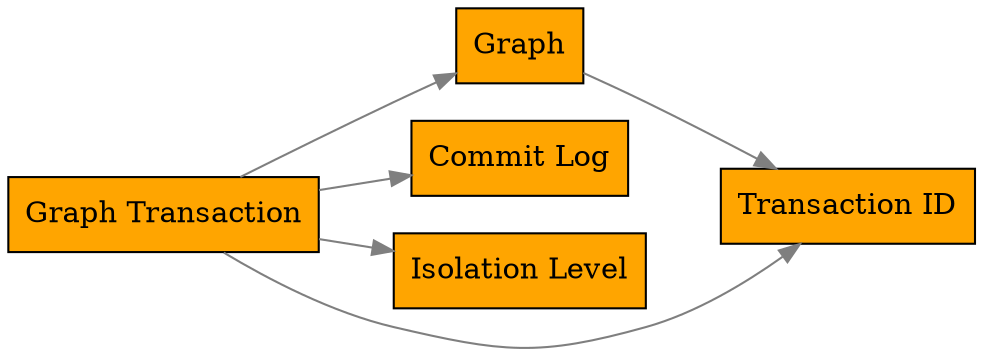
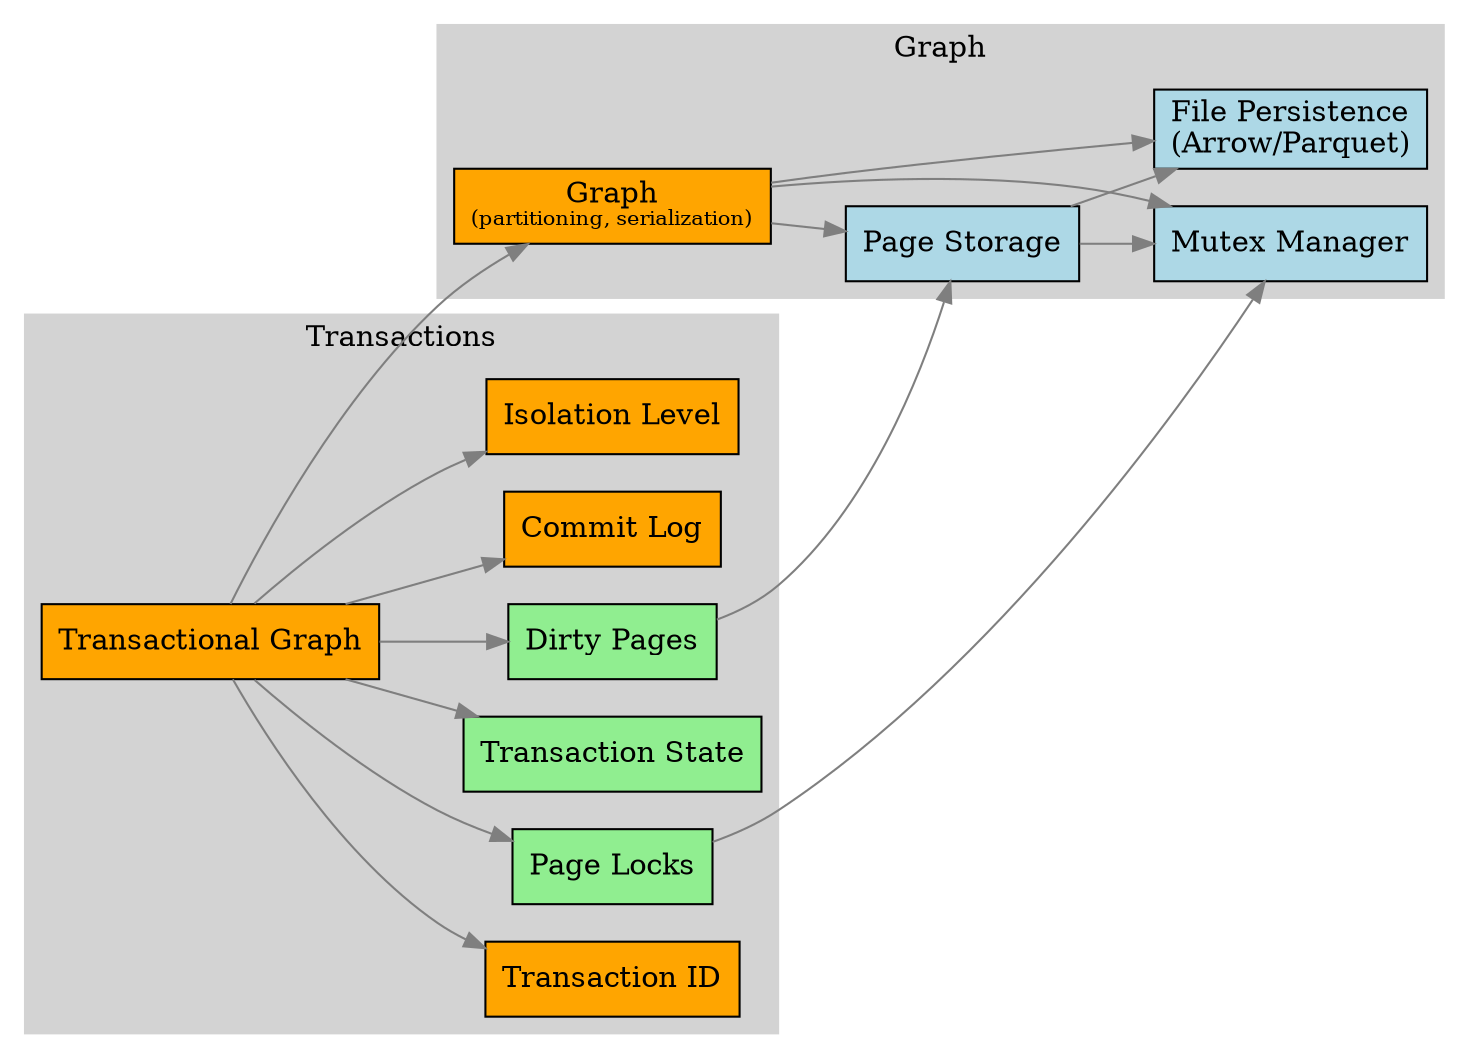
digraph G {
    rankdir=LR;
    node [shape=box, style=filled, fillcolor=orange];
    edge [color=gray50];

-     transaction [label="Graph Transaction"];
-     storage [label="Graph"];
-     commit_log [label="Commit Log"];
-     isolation [label="Isolation Level"];
-     tx_id [label="Transaction ID"];
+     subgraph cluster_graph {
+         label="Graph";
+         style=filled;
+         color=lightgrey;

-     transaction -> storage;
-     transaction -> tx_id;
-     storage -> tx_id;
-     transaction -> commit_log;
-     transaction -> isolation;
+         graph_storage [label=<Graph<br/><font point-size="10">(partitioning, serialization)</font>>];
+         page_storage [label="Page Storage", fillcolor=lightblue];
+         mutex_manager [label="Mutex Manager", fillcolor=lightblue];
+         file_persistence [label="File Persistence\n(Arrow/Parquet)", fillcolor=lightblue];
+ 
+         graph_storage -> page_storage;
+         graph_storage -> mutex_manager;
+         graph_storage -> file_persistence;
+         page_storage -> mutex_manager;
+         page_storage -> file_persistence;
+     }
+ 
+     subgraph cluster_tx {
+         label="Transactions";
+         style=filled;
+         color=lightgrey;
+ 
+         transaction [label="Transactional Graph"];
+         commit_log [label="Commit Log"];
+         isolation [label="Isolation Level"];
+         tx_id [label="Transaction ID"];
+ 
+         // TODO(gitbuda): The following are concepts not objects -> mark them distinctively.
+         page_locks [label="Page Locks", fillcolor=lightgreen];
+         tx_state [label="Transaction State", fillcolor=lightgreen];
+         dirty_pages [label="Dirty Pages", fillcolor=lightgreen];
+ 
+         transaction -> commit_log;
+         transaction -> isolation;
+         transaction -> tx_id;
+         transaction -> page_locks;
+         transaction -> tx_state;
+         transaction -> dirty_pages;
+     }
+ 
+     // Cross-cluster relationships
+     transaction -> graph_storage;
+     page_locks -> mutex_manager;
+     dirty_pages -> page_storage;
}
